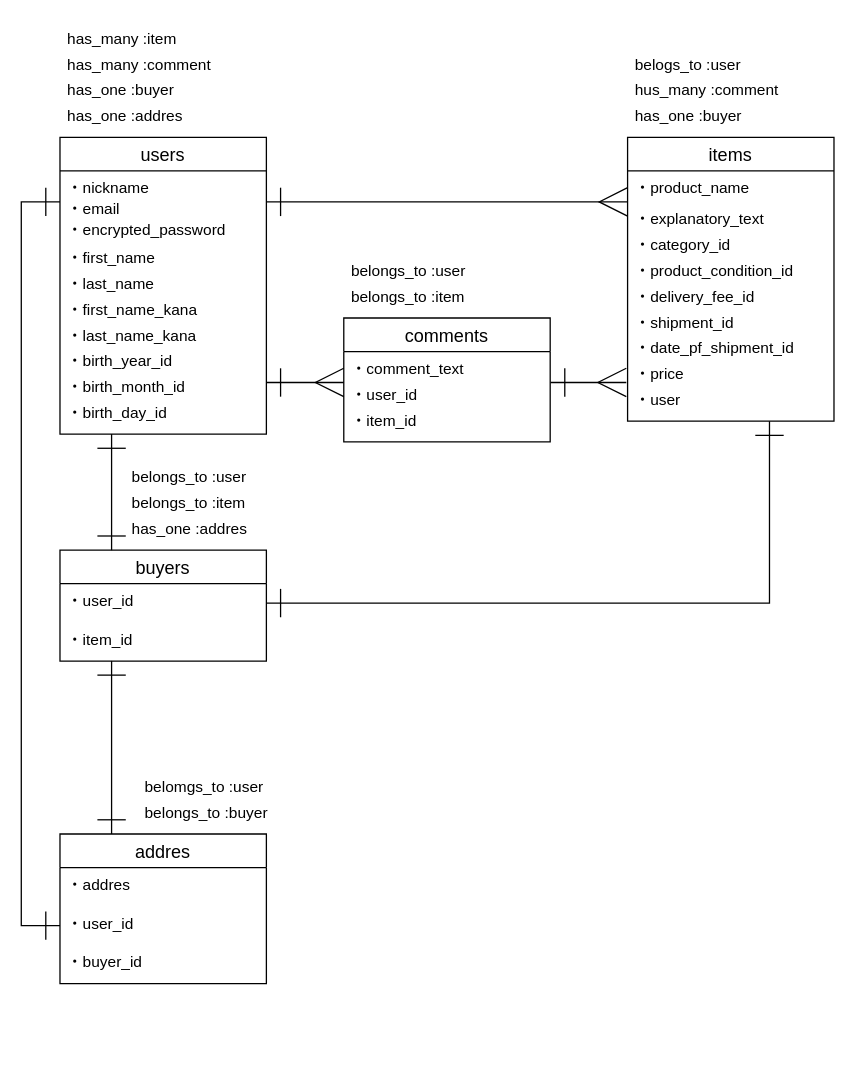
Before: furima.dio in shimazaki-koji/furima-33364, a draw.io diagram. Source tidied: cells renumbered, new cells numbered last; positions are measured from the earlier drawing's top-left corner, leaving out a move shared by most shapes. Both pictures are drawn from the tidied source at 129%, with x=0, y=0 at pixel (59, 21).
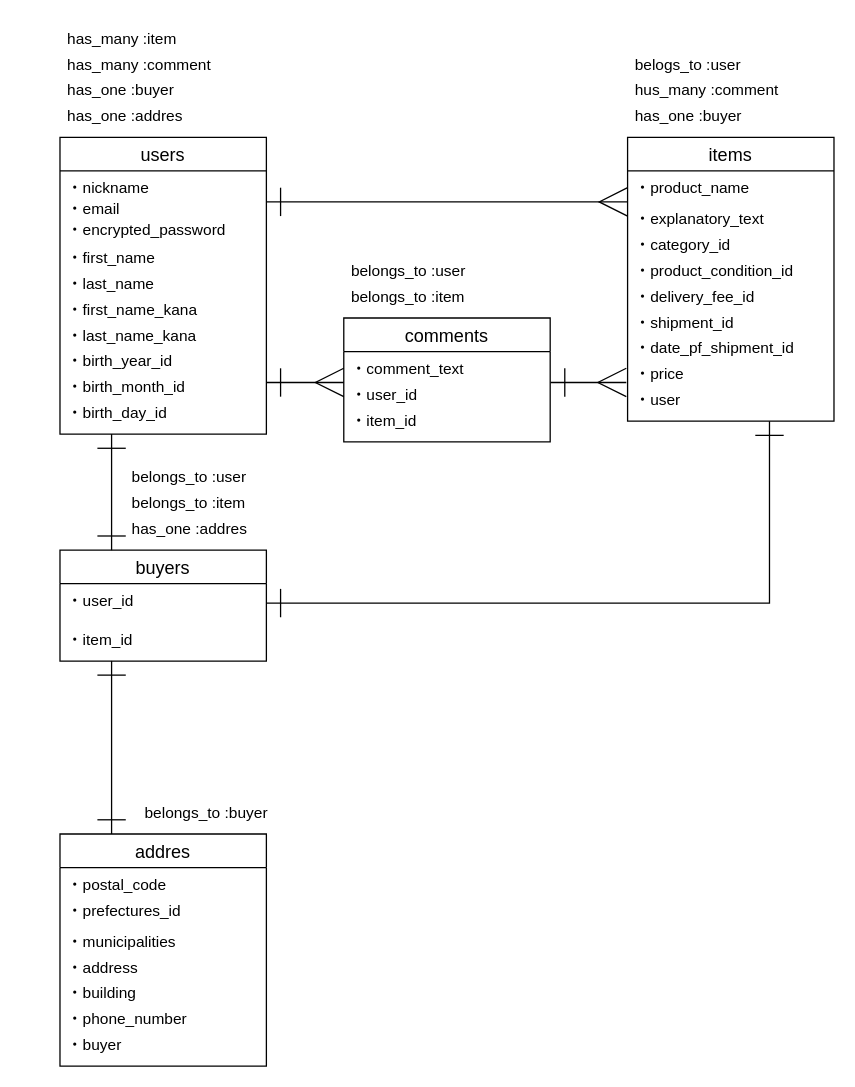
The same page after the edit.

The change refers to these unchanged cells:
```xml
<mxCell id="4" value="・email" style="text;strokeColor=none;fillColor=none;spacingLeft=4;spacingRight=4;overflow=hidden;points=[[0,0.5],[1,0.5]];portConstraint=eastwest;fontSize=12;" parent="2" vertex="1">
  <mxGeometry y="42" width="160" height="16" as="geometry" />
</mxCell>
```

Change to the diagram source:
```diff
@@
     <mxCell id="31" value="addres" style="swimlane;fontStyle=0;horizontal=1;startSize=26;align=center;fontSize=14;" parent="1" vertex="1">
-      <mxGeometry y="630" width="160" height="116" as="geometry" />
+      <mxGeometry y="630" width="160" height="180" as="geometry" />
     </mxCell>
-    <mxCell id="32" value="・addres" style="text;strokeColor=none;fillColor=none;spacingLeft=4;spacingRight=4;overflow=hidden;fontSize=12;" parent="31" vertex="1">
-      <mxGeometry y="26" width="160" height="30" as="geometry" />
+    <mxCell id="32" value="・postal_code" style="text;strokeColor=none;fillColor=none;spacingLeft=4;spacingRight=4;overflow=hidden;fontSize=12;" parent="31" vertex="1">
+      <mxGeometry y="26" width="160" height="20" as="geometry" />
     </mxCell>
-    <mxCell id="33" value="・user_id" style="text;strokeColor=none;fillColor=none;spacingLeft=4;spacingRight=4;overflow=hidden;points=[[0,0.5],[1,0.5]];portConstraint=eastwest;fontSize=12;" parent="31" vertex="1">
-      <mxGeometry y="56" width="160" height="30" as="geometry" />
-    </mxCell>
-    <mxCell id="34" value="・buyer_id" style="text;strokeColor=none;fillColor=none;spacingLeft=4;spacingRight=4;overflow=hidden;fontSize=12;" parent="31" vertex="1">
-      <mxGeometry y="86" width="160" height="30" as="geometry" />
+    <mxCell id="34" value="・prefectures_id" style="text;strokeColor=none;fillColor=none;spacingLeft=4;spacingRight=4;overflow=hidden;fontSize=12;" parent="31" vertex="1">
+      <mxGeometry y="46" width="160" height="24" as="geometry" />
     </mxCell>
+    <mxCell id="55" value="・municipalities" style="text;strokeColor=none;fillColor=none;spacingLeft=4;spacingRight=4;overflow=hidden;fontSize=12;" parent="31" vertex="1">
+      <mxGeometry y="70" width="160" height="20" as="geometry" />
+    </mxCell>
+    <mxCell id="56" value="・address" style="text;strokeColor=none;fillColor=none;spacingLeft=4;spacingRight=4;overflow=hidden;fontSize=12;" parent="31" vertex="1">
+      <mxGeometry y="90" width="160" height="20" as="geometry" />
+    </mxCell>
+    <mxCell id="57" value="・building" style="text;strokeColor=none;fillColor=none;spacingLeft=4;spacingRight=4;overflow=hidden;fontSize=12;" parent="31" vertex="1">
+      <mxGeometry y="110" width="160" height="20" as="geometry" />
+    </mxCell>
+    <mxCell id="58" value="・phone_number" style="text;strokeColor=none;fillColor=none;spacingLeft=4;spacingRight=4;overflow=hidden;fontSize=12;" parent="31" vertex="1">
+      <mxGeometry y="130" width="160" height="20" as="geometry" />
+    </mxCell>
+    <mxCell id="59" value="・buyer" style="text;strokeColor=none;fillColor=none;spacingLeft=4;spacingRight=4;overflow=hidden;fontSize=12;" parent="31" vertex="1">
+      <mxGeometry y="150" width="160" height="30" as="geometry" />
+    </mxCell>
@@
-    <mxCell id="36" style="edgeStyle=orthogonalEdgeStyle;rounded=0;jettySize=auto;html=1;exitX=0;exitY=0.5;exitDx=0;exitDy=0;entryX=0;entryY=0.5;entryDx=0;entryDy=0;startArrow=ERone;startFill=0;startSize=20;endArrow=ERone;endFill=0;endSize=20;" parent="1" edge="1" source="4" target="33">
-      <mxGeometry relative="1" as="geometry" />
-    </mxCell>
@@
-    <mxCell id="50" value="belomgs_to :user" style="text;strokeColor=none;fillColor=none;spacingLeft=4;spacingRight=4;overflow=hidden;fontSize=12;" parent="1" vertex="1">
-      <mxGeometry x="60" y="580" width="160" height="30" as="geometry" />
-    </mxCell>
```
